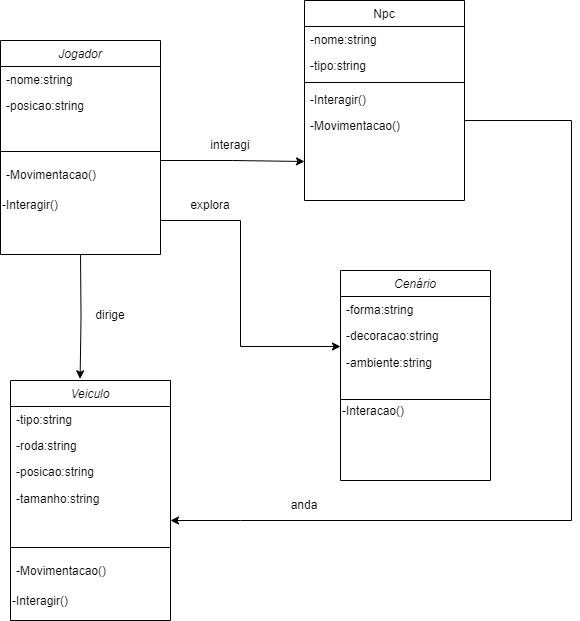
Above: diagrama musical.drawio.png in lucasnoelgb/2jdprojetomusica (draw.io), before the change. Source tidied: cells renumbered, new cells last; positions are measured from the earlier drawing's top-left corner, leaving out a move shared by most shapes.
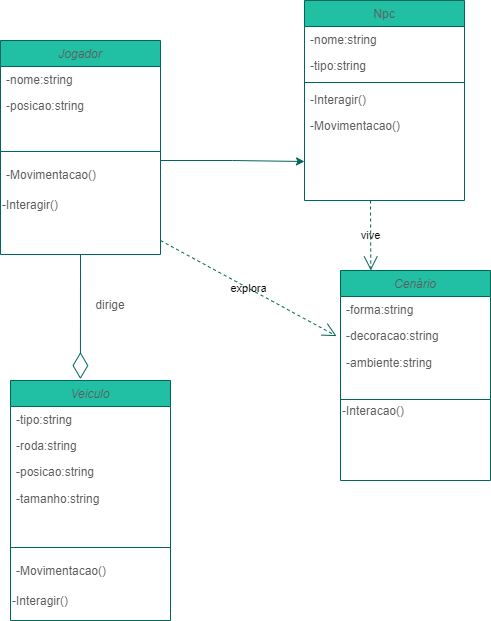
The same diagram one commit later.

The edit, as a diff of the source:
```diff
@@ -2,7 +2,7 @@
   <root>
     <mxCell id="0" />
     <mxCell id="1" parent="0" />
-    <mxCell id="2" style="edgeStyle=orthogonalEdgeStyle;rounded=0;jettySize=auto;html=1;" parent="1" edge="1" source="4">
+    <mxCell id="2" style="edgeStyle=orthogonalEdgeStyle;rounded=0;jettySize=auto;html=1;labelBackgroundColor=none;fontColor=default;strokeColor=#006658;" parent="1" edge="1" source="4">
       <mxGeometry relative="1" as="geometry">
         <mxPoint x="304" y="160" as="targetPoint" />
         <Array as="points">
@@ -11,125 +11,102 @@
         </Array>
       </mxGeometry>
     </mxCell>
-    <mxCell id="3" style="edgeStyle=orthogonalEdgeStyle;rounded=0;orthogonalLoop=1;jettySize=auto;html=1;" parent="1" edge="1">
-      <mxGeometry relative="1" as="geometry">
-        <mxPoint x="160" y="200" as="sourcePoint" />
-        <mxPoint x="340" y="346" as="targetPoint" />
-        <Array as="points">
-          <mxPoint x="160" y="220" />
-          <mxPoint x="240" y="220" />
-          <mxPoint x="240" y="346" />
-        </Array>
-      </mxGeometry>
-    </mxCell>
-    <mxCell id="4" value="Jogador" style="swimlane;fontStyle=2;align=center;verticalAlign=top;horizontal=1;startSize=26;rounded=0;shadow=0;strokeWidth=1;" parent="1" vertex="1">
+    <mxCell id="4" value="Jogador" style="swimlane;fontStyle=2;align=center;verticalAlign=top;horizontal=1;startSize=26;rounded=0;shadow=0;strokeWidth=1;labelBackgroundColor=none;fillColor=#21C0A5;strokeColor=#006658;fontColor=#5C5C5C;" parent="1" vertex="1">
       <mxGeometry y="40" width="160" height="214" as="geometry" />
     </mxCell>
-    <mxCell id="5" value="-nome:string&#10;" style="text;align=left;verticalAlign=top;spacingLeft=4;spacingRight=4;overflow=hidden;" parent="4" vertex="1">
+    <mxCell id="5" value="-nome:string&#10;" style="text;align=left;verticalAlign=top;spacingLeft=4;spacingRight=4;overflow=hidden;labelBackgroundColor=none;fontColor=#5C5C5C;" parent="4" vertex="1">
       <mxGeometry y="26" width="160" height="26" as="geometry" />
     </mxCell>
-    <mxCell id="6" value="-posicao:string" style="text;align=left;verticalAlign=top;spacingLeft=4;spacingRight=4;overflow=hidden;rounded=0;shadow=0;html=0;" parent="4" vertex="1">
+    <mxCell id="6" value="-posicao:string" style="text;align=left;verticalAlign=top;spacingLeft=4;spacingRight=4;overflow=hidden;rounded=0;shadow=0;html=0;labelBackgroundColor=none;fontColor=#5C5C5C;" parent="4" vertex="1">
       <mxGeometry y="52" width="160" height="26" as="geometry" />
     </mxCell>
-    <mxCell id="7" style="line;html=1;strokeWidth=1;align=left;verticalAlign=middle;spacingTop=-1;spacingLeft=3;spacingRight=3;labelPosition=right;" parent="4" vertex="1">
+    <mxCell id="7" style="line;html=1;strokeWidth=1;align=left;verticalAlign=middle;spacingTop=-1;spacingLeft=3;spacingRight=3;labelPosition=right;labelBackgroundColor=none;fillColor=#21C0A5;strokeColor=#006658;fontColor=#5C5C5C;" parent="4" vertex="1">
       <mxGeometry y="78" width="160" height="66" as="geometry" />
     </mxCell>
-    <mxCell id="8" value="-Movimentacao()" style="text;align=left;verticalAlign=bottom;spacingLeft=4;spacingRight=4;overflow=hidden;labelPosition=center;verticalLabelPosition=top;" parent="4" vertex="1">
+    <mxCell id="8" value="-Movimentacao()" style="text;align=left;verticalAlign=bottom;spacingLeft=4;spacingRight=4;overflow=hidden;labelPosition=center;verticalLabelPosition=top;labelBackgroundColor=none;fontColor=#5C5C5C;" parent="4" vertex="1">
       <mxGeometry y="144" width="160" height="30" as="geometry" />
     </mxCell>
-    <mxCell id="9" value="-Interagir()" style="text;html=1;strokeColor=none;fillColor=none;align=left;verticalAlign=bottom;whiteSpace=wrap;rounded=0;labelPosition=center;verticalLabelPosition=top;" parent="4" vertex="1">
+    <mxCell id="9" value="-Interagir()" style="text;html=1;strokeColor=none;fillColor=none;align=left;verticalAlign=bottom;whiteSpace=wrap;rounded=0;labelPosition=center;verticalLabelPosition=top;labelBackgroundColor=none;fontColor=#5C5C5C;" parent="4" vertex="1">
       <mxGeometry y="174" width="160" height="30" as="geometry" />
     </mxCell>
-    <mxCell id="10" value="Npc" style="swimlane;fontStyle=0;align=center;verticalAlign=top;horizontal=1;startSize=26;rounded=0;shadow=0;strokeWidth=1;" parent="1" vertex="1">
+    <mxCell id="10" value="Npc" style="swimlane;fontStyle=0;align=center;verticalAlign=top;horizontal=1;startSize=26;rounded=0;shadow=0;strokeWidth=1;labelBackgroundColor=none;fillColor=#21C0A5;strokeColor=#006658;fontColor=#5C5C5C;" parent="1" vertex="1">
       <mxGeometry x="304" width="160" height="200" as="geometry" />
     </mxCell>
-    <mxCell id="11" value="-nome:string&#10;" style="text;align=left;verticalAlign=top;spacingLeft=4;spacingRight=4;overflow=hidden;" parent="10" vertex="1">
+    <mxCell id="11" value="-nome:string&#10;" style="text;align=left;verticalAlign=top;spacingLeft=4;spacingRight=4;overflow=hidden;labelBackgroundColor=none;fontColor=#5C5C5C;" parent="10" vertex="1">
       <mxGeometry y="26" width="160" height="26" as="geometry" />
     </mxCell>
-    <mxCell id="12" value="-tipo:string" style="text;align=left;verticalAlign=top;spacingLeft=4;spacingRight=4;overflow=hidden;rounded=0;shadow=0;html=0;" parent="10" vertex="1">
+    <mxCell id="12" value="-tipo:string" style="text;align=left;verticalAlign=top;spacingLeft=4;spacingRight=4;overflow=hidden;rounded=0;shadow=0;html=0;labelBackgroundColor=none;fontColor=#5C5C5C;" parent="10" vertex="1">
       <mxGeometry y="52" width="160" height="26" as="geometry" />
     </mxCell>
-    <mxCell id="13" style="edgeStyle=orthogonalEdgeStyle;rounded=0;orthogonalLoop=1;jettySize=auto;html=1;" parent="10" edge="1">
-      <mxGeometry relative="1" as="geometry">
-        <mxPoint x="160" y="120" as="sourcePoint" />
-        <mxPoint x="-134" y="520" as="targetPoint" />
-        <Array as="points">
-          <mxPoint x="267" y="120" />
-          <mxPoint x="267" y="520" />
-          <mxPoint x="-64" y="520" />
-        </Array>
-      </mxGeometry>
-    </mxCell>
-    <mxCell id="14" style="line;html=1;strokeWidth=1;align=left;verticalAlign=middle;spacingTop=-1;spacingLeft=3;spacingRight=3;labelPosition=right;" parent="10" vertex="1">
+    <mxCell id="14" style="line;html=1;strokeWidth=1;align=left;verticalAlign=middle;spacingTop=-1;spacingLeft=3;spacingRight=3;labelPosition=right;labelBackgroundColor=none;fillColor=#21C0A5;strokeColor=#006658;fontColor=#5C5C5C;" parent="10" vertex="1">
       <mxGeometry y="78" width="160" height="8" as="geometry" />
     </mxCell>
-    <mxCell id="15" value="-Interagir()" style="text;align=left;verticalAlign=top;spacingLeft=4;spacingRight=4;overflow=hidden;" parent="10" vertex="1">
+    <mxCell id="15" value="-Interagir()" style="text;align=left;verticalAlign=top;spacingLeft=4;spacingRight=4;overflow=hidden;labelBackgroundColor=none;fontColor=#5C5C5C;" parent="10" vertex="1">
       <mxGeometry y="86" width="160" height="26" as="geometry" />
     </mxCell>
-    <mxCell id="16" value="-Movimentacao()" style="text;align=left;verticalAlign=top;spacingLeft=4;spacingRight=4;overflow=hidden;" parent="10" vertex="1">
+    <mxCell id="16" value="-Movimentacao()" style="text;align=left;verticalAlign=top;spacingLeft=4;spacingRight=4;overflow=hidden;labelBackgroundColor=none;fontColor=#5C5C5C;" parent="10" vertex="1">
       <mxGeometry y="112" width="160" height="26" as="geometry" />
     </mxCell>
-    <mxCell id="17" value="Cenário" style="swimlane;fontStyle=2;align=center;verticalAlign=top;horizontal=1;startSize=26;rounded=0;shadow=0;strokeWidth=1;" parent="1" vertex="1">
+    <mxCell id="17" value="Cenário" style="swimlane;fontStyle=2;align=center;verticalAlign=top;horizontal=1;startSize=26;rounded=0;shadow=0;strokeWidth=1;labelBackgroundColor=none;fillColor=#21C0A5;strokeColor=#006658;fontColor=#5C5C5C;" parent="1" vertex="1">
       <mxGeometry x="340" y="270" width="150" height="210" as="geometry" />
     </mxCell>
-    <mxCell id="18" value="-forma:string" style="text;align=left;verticalAlign=top;spacingLeft=4;spacingRight=4;overflow=hidden;" parent="17" vertex="1">
+    <mxCell id="18" value="-forma:string" style="text;align=left;verticalAlign=top;spacingLeft=4;spacingRight=4;overflow=hidden;labelBackgroundColor=none;fontColor=#5C5C5C;" parent="17" vertex="1">
       <mxGeometry y="26" width="150" height="26" as="geometry" />
     </mxCell>
-    <mxCell id="19" value="-decoracao:string " style="text;align=left;verticalAlign=top;spacingLeft=4;spacingRight=4;overflow=hidden;points=[[0,0.5],[1,0.5]];portConstraint=eastwest;rounded=0;shadow=0;html=0;" parent="17" vertex="1">
+    <mxCell id="19" value="-decoracao:string " style="text;align=left;verticalAlign=top;spacingLeft=4;spacingRight=4;overflow=hidden;points=[[0,0.5],[1,0.5]];portConstraint=eastwest;rounded=0;shadow=0;html=0;labelBackgroundColor=none;fontColor=#5C5C5C;" parent="17" vertex="1">
       <mxGeometry y="52" width="150" height="26" as="geometry" />
     </mxCell>
-    <mxCell id="20" value="-ambiente:string" style="text;html=1;align=left;verticalAlign=middle;strokeColor=none;fillColor=none;spacingLeft=4;" parent="17" vertex="1">
+    <mxCell id="20" value="-ambiente:string" style="text;html=1;align=left;verticalAlign=middle;strokeColor=none;fillColor=none;spacingLeft=4;labelBackgroundColor=none;fontColor=#5C5C5C;" parent="17" vertex="1">
       <mxGeometry y="78" width="150" height="30" as="geometry" />
     </mxCell>
-    <mxCell id="21" style="edgeStyle=orthogonalEdgeStyle;rounded=0;orthogonalLoop=1;jettySize=auto;html=1;exitX=0.5;exitY=1;exitDx=0;exitDy=0;" parent="17" edge="1" source="23" target="23">
+    <mxCell id="21" style="edgeStyle=orthogonalEdgeStyle;rounded=0;orthogonalLoop=1;jettySize=auto;html=1;exitX=0.5;exitY=1;exitDx=0;exitDy=0;labelBackgroundColor=none;fontColor=default;strokeColor=#006658;" parent="17" edge="1" source="23" target="23">
       <mxGeometry relative="1" as="geometry" />
     </mxCell>
-    <mxCell id="22" style="line;html=1;strokeWidth=1;align=left;verticalAlign=middle;spacingTop=-1;spacingLeft=3;spacingRight=3;labelPosition=right;" parent="17" vertex="1">
+    <mxCell id="22" style="line;html=1;strokeWidth=1;align=left;verticalAlign=middle;spacingTop=-1;spacingLeft=3;spacingRight=3;labelPosition=right;labelBackgroundColor=none;fillColor=#21C0A5;strokeColor=#006658;fontColor=#5C5C5C;" parent="17" vertex="1">
       <mxGeometry y="108" width="150" height="42" as="geometry" />
     </mxCell>
-    <mxCell id="23" value="-Interacao()" style="text;html=1;strokeColor=none;fillColor=none;align=left;verticalAlign=bottom;whiteSpace=wrap;rounded=0;horizontal=1;labelPosition=center;verticalLabelPosition=top;" parent="17" vertex="1">
+    <mxCell id="23" value="-Interacao()" style="text;html=1;strokeColor=none;fillColor=none;align=left;verticalAlign=bottom;whiteSpace=wrap;rounded=0;horizontal=1;labelPosition=center;verticalLabelPosition=top;labelBackgroundColor=none;fontColor=#5C5C5C;" parent="17" vertex="1">
       <mxGeometry y="150" width="150" height="30" as="geometry" />
     </mxCell>
-    <mxCell id="24" value="Veiculo" style="swimlane;fontStyle=2;align=center;verticalAlign=top;horizontal=1;startSize=26;rounded=0;shadow=0;strokeWidth=1;" parent="1" vertex="1">
+    <mxCell id="24" value="Veiculo" style="swimlane;fontStyle=2;align=center;verticalAlign=top;horizontal=1;startSize=26;rounded=0;shadow=0;strokeWidth=1;labelBackgroundColor=none;fillColor=#21C0A5;strokeColor=#006658;fontColor=#5C5C5C;" parent="1" vertex="1">
       <mxGeometry x="10" y="380" width="160" height="240" as="geometry" />
     </mxCell>
-    <mxCell id="25" value="-tipo:string" style="text;align=left;verticalAlign=top;spacingLeft=4;spacingRight=4;overflow=hidden;" parent="24" vertex="1">
+    <mxCell id="25" value="-tipo:string" style="text;align=left;verticalAlign=top;spacingLeft=4;spacingRight=4;overflow=hidden;labelBackgroundColor=none;fontColor=#5C5C5C;" parent="24" vertex="1">
       <mxGeometry y="26" width="160" height="26" as="geometry" />
     </mxCell>
-    <mxCell id="26" value="-roda:string" style="text;align=left;verticalAlign=top;spacingLeft=4;spacingRight=4;overflow=hidden;rounded=0;shadow=0;html=0;" parent="24" vertex="1">
+    <mxCell id="26" value="-roda:string" style="text;align=left;verticalAlign=top;spacingLeft=4;spacingRight=4;overflow=hidden;rounded=0;shadow=0;html=0;labelBackgroundColor=none;fontColor=#5C5C5C;" parent="24" vertex="1">
       <mxGeometry y="52" width="160" height="26" as="geometry" />
     </mxCell>
-    <mxCell id="27" value="-posicao:string" style="text;align=left;verticalAlign=top;spacingLeft=4;spacingRight=4;overflow=hidden;rounded=0;shadow=0;html=0;" parent="24" vertex="1">
+    <mxCell id="27" value="-posicao:string" style="text;align=left;verticalAlign=top;spacingLeft=4;spacingRight=4;overflow=hidden;rounded=0;shadow=0;html=0;labelBackgroundColor=none;fontColor=#5C5C5C;" parent="24" vertex="1">
       <mxGeometry y="78" width="160" height="26" as="geometry" />
     </mxCell>
-    <mxCell id="28" value="-tamanho:string" style="text;html=1;align=left;verticalAlign=middle;strokeColor=none;fillColor=none;spacingLeft=4;" parent="24" vertex="1">
+    <mxCell id="28" value="-tamanho:string" style="text;html=1;align=left;verticalAlign=middle;strokeColor=none;fillColor=none;spacingLeft=4;labelBackgroundColor=none;fontColor=#5C5C5C;" parent="24" vertex="1">
       <mxGeometry y="104" width="160" height="30" as="geometry" />
     </mxCell>
-    <mxCell id="29" style="line;html=1;strokeWidth=1;align=left;verticalAlign=middle;spacingTop=-1;spacingLeft=3;spacingRight=3;labelPosition=right;" parent="24" vertex="1">
+    <mxCell id="29" style="line;html=1;strokeWidth=1;align=left;verticalAlign=middle;spacingTop=-1;spacingLeft=3;spacingRight=3;labelPosition=right;labelBackgroundColor=none;fillColor=#21C0A5;strokeColor=#006658;fontColor=#5C5C5C;" parent="24" vertex="1">
       <mxGeometry y="134" width="160" height="66" as="geometry" />
     </mxCell>
-    <mxCell id="30" value="-Movimentacao()" style="text;align=left;verticalAlign=bottom;spacingLeft=4;spacingRight=4;overflow=hidden;labelPosition=center;verticalLabelPosition=top;" parent="24" vertex="1">
+    <mxCell id="30" value="-Movimentacao()" style="text;align=left;verticalAlign=bottom;spacingLeft=4;spacingRight=4;overflow=hidden;labelPosition=center;verticalLabelPosition=top;labelBackgroundColor=none;fontColor=#5C5C5C;" parent="24" vertex="1">
       <mxGeometry y="200" width="160" height="30" as="geometry" />
     </mxCell>
-    <mxCell id="31" value="-Interagir()" style="text;html=1;strokeColor=none;fillColor=none;align=left;verticalAlign=bottom;whiteSpace=wrap;rounded=0;labelPosition=center;verticalLabelPosition=top;" parent="24" vertex="1">
+    <mxCell id="31" value="-Interagir()" style="text;html=1;strokeColor=none;fillColor=none;align=left;verticalAlign=bottom;whiteSpace=wrap;rounded=0;labelPosition=center;verticalLabelPosition=top;labelBackgroundColor=none;fontColor=#5C5C5C;" parent="24" vertex="1">
       <mxGeometry y="230" width="160" height="10" as="geometry" />
     </mxCell>
-    <mxCell id="32" style="edgeStyle=orthogonalEdgeStyle;rounded=0;jettySize=auto;html=1;entryX=0.435;entryY=-0.007;entryDx=0;entryDy=0;entryPerimeter=0;" parent="1" edge="1" target="24">
-      <mxGeometry relative="1" as="geometry">
-        <mxPoint x="80" y="254" as="sourcePoint" />
-      </mxGeometry>
-    </mxCell>
-    <mxCell id="33" value="dirige" style="text;html=1;strokeColor=none;fillColor=none;align=center;verticalAlign=middle;whiteSpace=wrap;rounded=0;" parent="1" vertex="1">
-      <mxGeometry x="80" y="300" width="60" height="30" as="geometry" />
+    <mxCell id="33" value="dirige" style="text;html=1;strokeColor=none;fillColor=none;align=center;verticalAlign=middle;whiteSpace=wrap;rounded=0;labelBackgroundColor=none;fontColor=#5C5C5C;" parent="1" vertex="1">
+      <mxGeometry x="80" y="290" width="60" height="30" as="geometry" />
     </mxCell>
-    <mxCell id="34" value="anda" style="text;html=1;strokeColor=none;fillColor=none;align=center;verticalAlign=middle;whiteSpace=wrap;rounded=0;" parent="1" vertex="1">
-      <mxGeometry x="274" y="490" width="60" height="30" as="geometry" />
-    </mxCell>
-    <mxCell id="35" value="explora" style="text;html=1;strokeColor=none;fillColor=none;align=center;verticalAlign=middle;whiteSpace=wrap;rounded=0;" parent="1" vertex="1">
-      <mxGeometry x="180" y="190" width="60" height="30" as="geometry" />
+    <mxCell id="35" value="explora" style="endArrow=open;endSize=12;dashed=1;html=1;rounded=0;entryX=-0.026;entryY=0.524;entryDx=0;entryDy=0;entryPerimeter=0;labelBackgroundColor=none;fontColor=default;strokeColor=#006658;" parent="1" edge="1" target="19">
+      <mxGeometry relative="1" as="geometry">
+        <mxPoint x="160" y="240" as="sourcePoint" />
+      </mxGeometry>
     </mxCell>
-    <mxCell id="36" value="interagi" style="text;html=1;strokeColor=none;fillColor=none;align=center;verticalAlign=middle;whiteSpace=wrap;rounded=0;" parent="1" vertex="1">
-      <mxGeometry x="200" y="130" width="60" height="30" as="geometry" />
-    </mxCell>
+    <mxCell id="37" value="vive" style="endArrow=open;endSize=12;dashed=1;html=1;rounded=0;entryX=0.202;entryY=0;entryDx=0;entryDy=0;entryPerimeter=0;labelBackgroundColor=none;fontColor=default;strokeColor=#006658;" parent="1" edge="1" target="17">
+      <mxGeometry x="0.01" relative="1" as="geometry">
+        <mxPoint x="370" y="200" as="sourcePoint" />
+      </mxGeometry>
+    </mxCell>
+    <mxCell id="38" style="endArrow=diamondThin;endFill=0;endSize=24;html=1;rounded=0;entryX=0.437;entryY=-0.006;entryDx=0;entryDy=0;entryPerimeter=0;exitX=0.5;exitY=1;exitDx=0;exitDy=0;labelBackgroundColor=none;fontColor=default;strokeColor=#006658;" parent="1" edge="1" source="4" target="24">
+      <mxGeometry relative="1" as="geometry" />
+    </mxCell>
   </root>
 </mxGraphModel>
```
